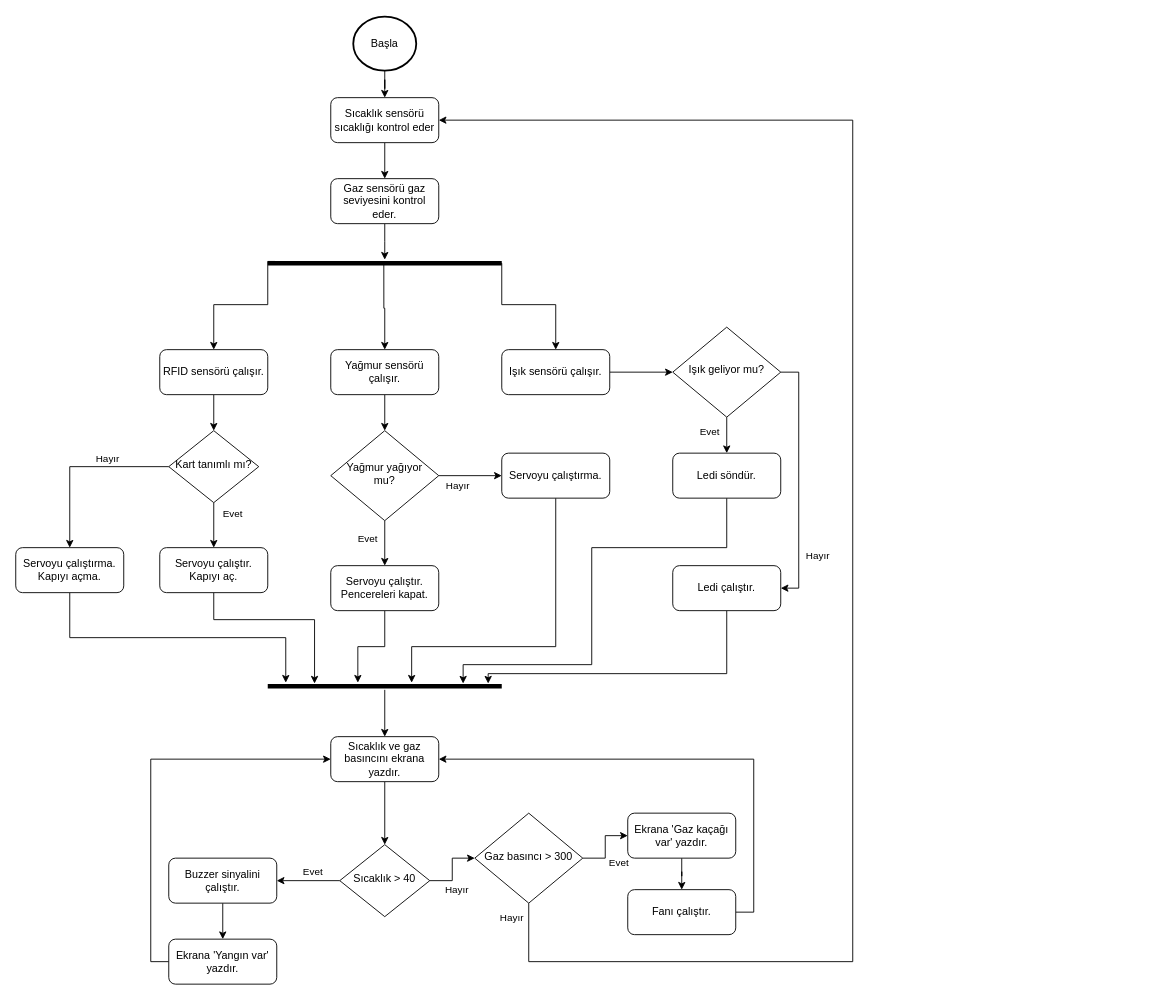
The draw.io diagram 13-04.drawio in smhcbr/flowcharts, before the edit. Source tidied: cells renumbered, new cells numbered last; positions are measured from the earlier drawing's top-left corner, leaving out a move shared by most shapes. Both pictures are drawn from the tidied source at 90%, with x=0, y=0 at pixel (15, 16).
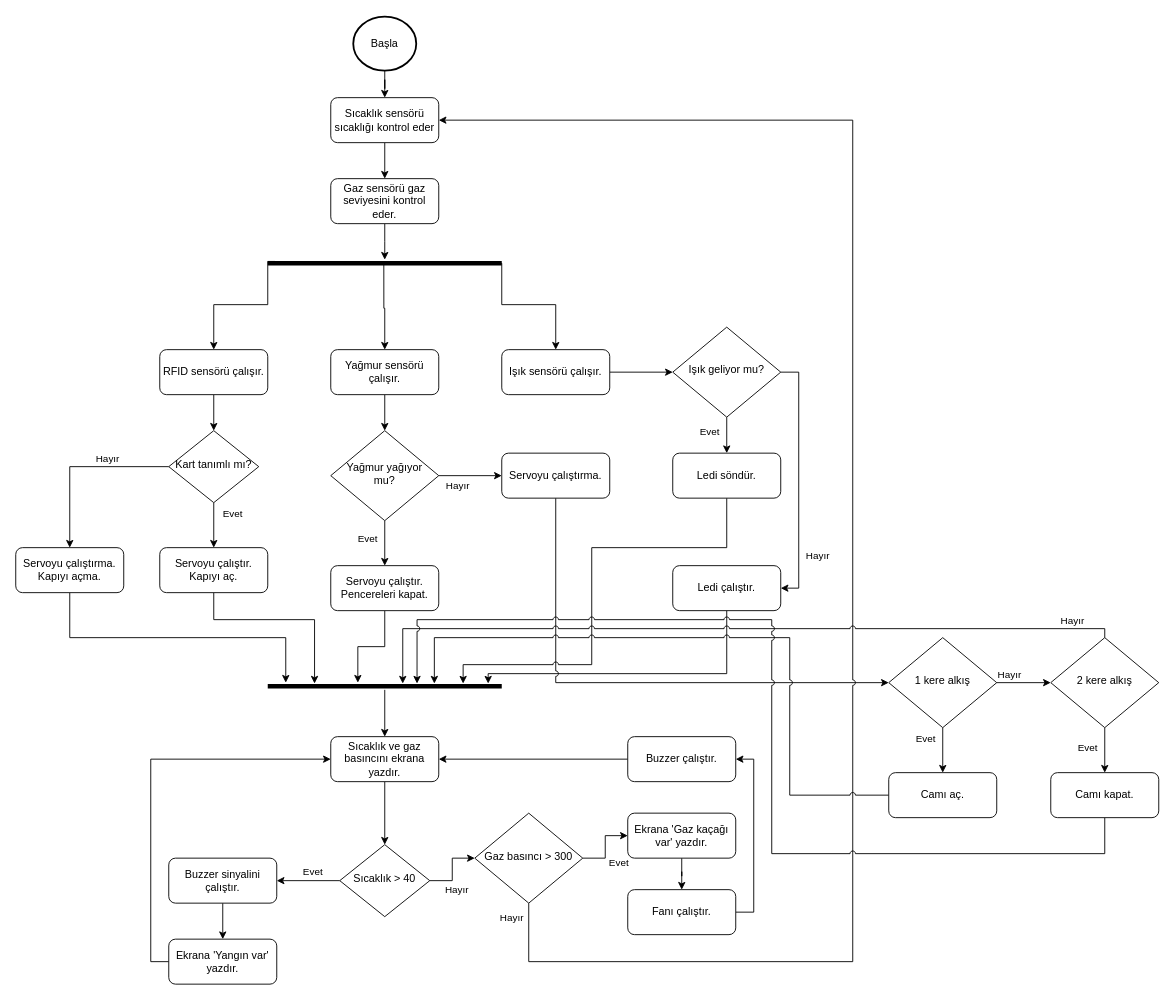
Above is the later version.

The change refers to these unchanged cells:
```xml
<mxCell id="3" value="Sıcaklık sensörü sıcaklığı kontrol eder" style="rounded=1;whiteSpace=wrap;html=1;fontSize=12;glass=0;strokeWidth=1;shadow=0;" parent="1" vertex="1">
  <mxGeometry x="350" y="90" width="120" height="50" as="geometry" />
</mxCell>
<mxCell id="32" style="line;strokeWidth=5;fillColor=none;align=left;verticalAlign=middle;spacingTop=-1;spacingLeft=3;spacingRight=3;labelPosition=right;points=[];portConstraint=eastwest;" parent="1" vertex="1">
  <mxGeometry x="280" y="740" width="260" height="8" as="geometry" />
</mxCell>
<mxCell id="45" value="Servoyu çalıştırma." style="rounded=1;whiteSpace=wrap;html=1;fontSize=12;glass=0;strokeWidth=1;shadow=0;" parent="1" vertex="1">
  <mxGeometry x="540" y="485" width="120" height="50" as="geometry" />
</mxCell>
<mxCell id="47" value="Ledi söndür." style="rounded=1;whiteSpace=wrap;html=1;fontSize=12;glass=0;strokeWidth=1;shadow=0;" parent="1" vertex="1">
  <mxGeometry x="730" y="485" width="120" height="50" as="geometry" />
</mxCell>
<mxCell id="55" value="Sıcaklık ve gaz basıncını ekrana yazdır." style="rounded=1;whiteSpace=wrap;html=1;fontSize=12;glass=0;strokeWidth=1;shadow=0;" parent="1" vertex="1">
  <mxGeometry x="350" y="800" width="120" height="50" as="geometry" />
</mxCell>
<mxCell id="59" value="Gaz basıncı &amp;gt; 300" style="rhombus;whiteSpace=wrap;html=1;shadow=0;fontFamily=Helvetica;fontSize=12;align=center;strokeWidth=1;spacing=6;spacingTop=-4;" parent="1" vertex="1">
  <mxGeometry x="510" y="885" width="120" height="100" as="geometry" />
</mxCell>
<mxCell id="63" value="Fanı çalıştır." style="rounded=1;whiteSpace=wrap;html=1;fontSize=12;glass=0;strokeWidth=1;shadow=0;" parent="1" vertex="1">
  <mxGeometry x="680" y="970" width="120" height="50" as="geometry" />
</mxCell>
```

The edit, as a diff of the source:
```diff
@@
-    <mxCell id="44" style="edgeStyle=orthogonalEdgeStyle;rounded=0;jettySize=auto;html=1;entryX=0.615;entryY=0;entryDx=0;entryDy=0;entryPerimeter=0;startArrow=none;startFill=0;endArrow=classic;endFill=1;strokeWidth=1;" parent="1" edge="1" source="45" target="32">
+    <mxCell id="44" style="edgeStyle=orthogonalEdgeStyle;rounded=0;jettySize=auto;html=1;startArrow=none;startFill=0;endArrow=classic;endFill=1;strokeWidth=1;jumpStyle=arc;entryX=0;entryY=0.5;entryDx=0;entryDy=0;" parent="1" edge="1" source="45" target="69">
       <mxGeometry relative="1" as="geometry">
         <Array as="points">
-          <mxPoint x="600" y="700" />
-          <mxPoint x="440" y="700" />
+          <mxPoint x="600" y="740" />
         </Array>
       </mxGeometry>
     </mxCell>
@@
-    <mxCell id="46" style="edgeStyle=orthogonalEdgeStyle;rounded=0;jettySize=auto;html=1;entryX=0.835;entryY=0.125;entryDx=0;entryDy=0;entryPerimeter=0;startArrow=none;startFill=0;endArrow=classic;endFill=1;strokeWidth=1;" parent="1" edge="1" source="47" target="32">
+    <mxCell id="46" style="edgeStyle=orthogonalEdgeStyle;rounded=0;jettySize=auto;html=1;entryX=0.835;entryY=0.125;entryDx=0;entryDy=0;entryPerimeter=0;startArrow=none;startFill=0;endArrow=classic;endFill=1;strokeWidth=1;jumpStyle=arc;" parent="1" edge="1" source="47" target="32">
       <mxGeometry relative="1" as="geometry">
         <Array as="points">
           <mxPoint x="790" y="590" />
           <mxPoint x="640" y="590" />
           <mxPoint x="640" y="720" />
           <mxPoint x="497" y="720" />
         </Array>
       </mxGeometry>
     </mxCell>
@@
-    <mxCell id="57" style="edgeStyle=orthogonalEdgeStyle;rounded=0;jettySize=auto;html=1;exitX=0.5;exitY=1;exitDx=0;exitDy=0;entryX=1;entryY=0.5;entryDx=0;entryDy=0;startArrow=none;startFill=0;endArrow=classic;endFill=1;strokeWidth=1;" parent="1" edge="1" source="59" target="3">
+    <mxCell id="57" style="edgeStyle=orthogonalEdgeStyle;rounded=0;jettySize=auto;html=1;exitX=0.5;exitY=1;exitDx=0;exitDy=0;entryX=1;entryY=0.5;entryDx=0;entryDy=0;startArrow=none;startFill=0;endArrow=classic;endFill=1;strokeWidth=1;jumpStyle=arc;" parent="1" edge="1" source="59" target="3">
       <mxGeometry relative="1" as="geometry">
         <Array as="points">
           <mxPoint x="570" y="1050" />
           <mxPoint x="930" y="1050" />
           <mxPoint x="930" y="115" />
         </Array>
       </mxGeometry>
     </mxCell>
@@
-    <mxCell id="62" style="edgeStyle=orthogonalEdgeStyle;rounded=0;jettySize=auto;html=1;entryX=1;entryY=0.5;entryDx=0;entryDy=0;startArrow=none;startFill=0;endArrow=classic;endFill=1;strokeWidth=1;exitX=1;exitY=0.5;exitDx=0;exitDy=0;" parent="1" edge="1" source="63" target="55">
-      <mxGeometry relative="1" as="geometry" />
-    </mxCell>
+    <mxCell id="64" style="edgeStyle=orthogonalEdgeStyle;rounded=0;jumpStyle=arc;jettySize=auto;html=1;entryX=1;entryY=0.5;entryDx=0;entryDy=0;" parent="1" edge="1" source="63" target="80">
+      <mxGeometry relative="1" as="geometry">
+        <Array as="points">
+          <mxPoint x="820" y="995" />
+          <mxPoint x="820" y="825" />
+        </Array>
+      </mxGeometry>
+    </mxCell>
@@
+    <mxCell id="65" style="edgeStyle=orthogonalEdgeStyle;rounded=0;jumpStyle=arc;jettySize=auto;html=1;exitX=0.5;exitY=1;exitDx=0;exitDy=0;entryX=0.5;entryY=0;entryDx=0;entryDy=0;" parent="1" edge="1" source="69" target="71">
+      <mxGeometry relative="1" as="geometry" />
+    </mxCell>
+    <mxCell id="66" value="Evet" style="edgeLabel;html=1;align=center;verticalAlign=middle;" parent="65" vertex="1">
+      <mxGeometry x="-0.52" y="1" relative="1" as="geometry">
+        <mxPoint x="-21" as="offset" />
+      </mxGeometry>
+    </mxCell>
+    <mxCell id="67" style="edgeStyle=orthogonalEdgeStyle;rounded=0;jumpStyle=arc;jettySize=auto;html=1;entryX=0;entryY=0.5;entryDx=0;entryDy=0;" parent="1" edge="1" source="69" target="76">
+      <mxGeometry relative="1" as="geometry" />
+    </mxCell>
+    <mxCell id="68" value="Hayır" style="edgeLabel;html=1;align=center;verticalAlign=middle;" parent="67" vertex="1">
+      <mxGeometry x="-0.57" y="-1" relative="1" as="geometry">
+        <mxPoint y="-11" as="offset" />
+      </mxGeometry>
+    </mxCell>
+    <mxCell id="69" value="1 kere alkış" style="rhombus;whiteSpace=wrap;html=1;shadow=0;fontFamily=Helvetica;fontSize=12;align=center;strokeWidth=1;spacing=6;spacingTop=-4;" parent="1" vertex="1">
+      <mxGeometry x="970" y="690" width="120" height="100" as="geometry" />
+    </mxCell>
+    <mxCell id="70" style="edgeStyle=orthogonalEdgeStyle;rounded=0;jumpStyle=arc;jettySize=auto;html=1;entryX=0.712;entryY=0.125;entryDx=0;entryDy=0;entryPerimeter=0;" parent="1" edge="1" source="71" target="32">
+      <mxGeometry relative="1" as="geometry">
+        <Array as="points">
+          <mxPoint x="860" y="865" />
+          <mxPoint x="860" y="690" />
+          <mxPoint x="465" y="690" />
+        </Array>
+      </mxGeometry>
+    </mxCell>
+    <mxCell id="71" value="Camı aç." style="rounded=1;whiteSpace=wrap;html=1;fontSize=12;glass=0;strokeWidth=1;shadow=0;" parent="1" vertex="1">
+      <mxGeometry x="970" y="840" width="120" height="50" as="geometry" />
+    </mxCell>
+    <mxCell id="72" style="edgeStyle=orthogonalEdgeStyle;rounded=0;jumpStyle=arc;jettySize=auto;html=1;entryX=0.5;entryY=0;entryDx=0;entryDy=0;" parent="1" edge="1" source="76" target="78">
+      <mxGeometry relative="1" as="geometry" />
+    </mxCell>
+    <mxCell id="73" value="Evet" style="edgeLabel;html=1;align=center;verticalAlign=middle;" parent="72" vertex="1">
+      <mxGeometry x="-0.16" y="1" relative="1" as="geometry">
+        <mxPoint x="-21" as="offset" />
+      </mxGeometry>
+    </mxCell>
+    <mxCell id="74" style="edgeStyle=orthogonalEdgeStyle;rounded=0;jumpStyle=arc;jettySize=auto;html=1;" parent="1" edge="1" source="76">
+      <mxGeometry relative="1" as="geometry">
+        <mxPoint x="430" y="741" as="targetPoint" />
+        <Array as="points">
+          <mxPoint x="1210" y="680" />
+          <mxPoint x="430" y="680" />
+          <mxPoint x="430" y="741" />
+        </Array>
+      </mxGeometry>
+    </mxCell>
+    <mxCell id="75" value="Hayır" style="edgeLabel;html=1;align=center;verticalAlign=middle;" parent="74" vertex="1">
+      <mxGeometry x="-0.89" y="3" relative="1" as="geometry">
+        <mxPoint y="-13" as="offset" />
+      </mxGeometry>
+    </mxCell>
+    <mxCell id="76" value="2 kere alkış" style="rhombus;whiteSpace=wrap;html=1;shadow=0;fontFamily=Helvetica;fontSize=12;align=center;strokeWidth=1;spacing=6;spacingTop=-4;" parent="1" vertex="1">
+      <mxGeometry x="1150" y="690" width="120" height="100" as="geometry" />
+    </mxCell>
+    <mxCell id="77" style="edgeStyle=orthogonalEdgeStyle;rounded=0;jumpStyle=arc;jettySize=auto;html=1;entryX=0.638;entryY=0.125;entryDx=0;entryDy=0;entryPerimeter=0;" parent="1" edge="1" source="78" target="32">
+      <mxGeometry relative="1" as="geometry">
+        <Array as="points">
+          <mxPoint x="1210" y="930" />
+          <mxPoint x="840" y="930" />
+          <mxPoint x="840" y="670" />
+          <mxPoint x="446" y="670" />
+        </Array>
+      </mxGeometry>
+    </mxCell>
+    <mxCell id="78" value="Camı kapat." style="rounded=1;whiteSpace=wrap;html=1;fontSize=12;glass=0;strokeWidth=1;shadow=0;" parent="1" vertex="1">
+      <mxGeometry x="1150" y="840" width="120" height="50" as="geometry" />
+    </mxCell>
+    <mxCell id="79" style="edgeStyle=orthogonalEdgeStyle;rounded=0;jumpStyle=arc;jettySize=auto;html=1;exitX=0;exitY=0.5;exitDx=0;exitDy=0;entryX=1;entryY=0.5;entryDx=0;entryDy=0;" parent="1" edge="1" source="80" target="55">
+      <mxGeometry relative="1" as="geometry" />
+    </mxCell>
+    <mxCell id="80" value="Buzzer çalıştır." style="rounded=1;whiteSpace=wrap;html=1;fontSize=12;glass=0;strokeWidth=1;shadow=0;" parent="1" vertex="1">
+      <mxGeometry x="680" y="800" width="120" height="50" as="geometry" />
+    </mxCell>
```
